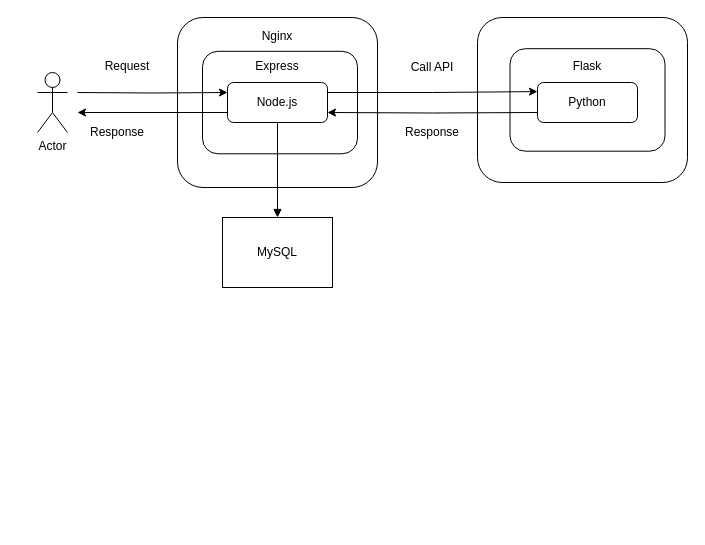
buithehuy/Nodejs-simple-project keeps this draw.io diagram as page "Page-1" (1 of 2) of Diagram.drawio. Above is the earlier version. Source tidied: cells renumbered, new cells numbered last; positions are measured from the earlier drawing's top-left corner, leaving out a move shared by most shapes. Both pictures are drawn from the tidied source at 100%, with x=0, y=0 at pixel (37, 17).
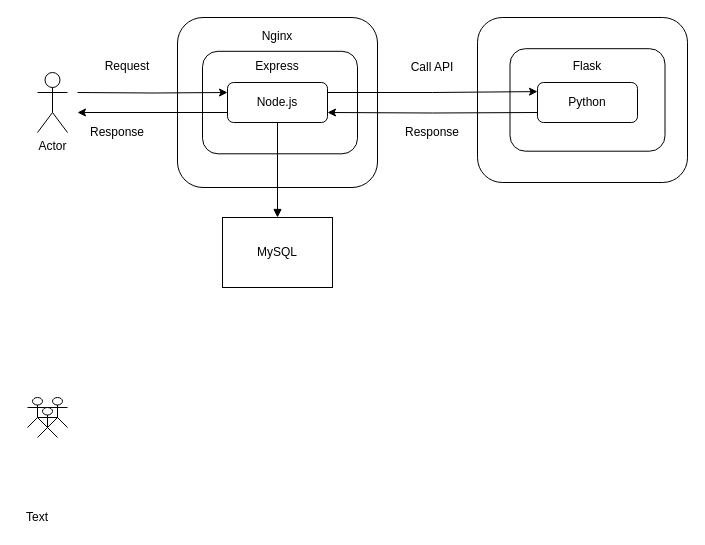
Above is the later version.

What changed in the source:
```diff
@@
+    <mxCell id="22" style="shape=umlActor;verticalLabelPosition=bottom;verticalAlign=top;html=1;" parent="1" vertex="1">
+      <mxGeometry x="-10" y="380" width="20" height="30" as="geometry" />
+    </mxCell>
+    <mxCell id="23" style="shape=umlActor;verticalLabelPosition=bottom;verticalAlign=top;html=1;" parent="1" vertex="1">
+      <mxGeometry y="390" width="20" height="30" as="geometry" />
+    </mxCell>
+    <mxCell id="24" style="shape=umlActor;verticalLabelPosition=bottom;verticalAlign=top;html=1;" parent="1" vertex="1">
+      <mxGeometry x="10" y="380" width="20" height="30" as="geometry" />
+    </mxCell>
+    <mxCell id="25" value="Text" style="text;html=1;align=center;verticalAlign=middle;whiteSpace=wrap;rounded=0;" parent="1" vertex="1">
+      <mxGeometry x="-20" y="490" width="40" height="20" as="geometry" />
+    </mxCell>
```
